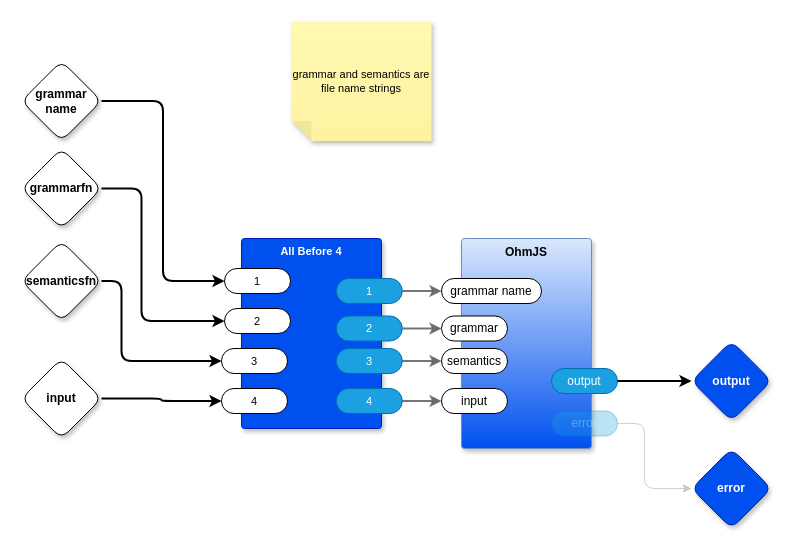
Before: page "Ohm (using file names)" (2 of 7) of odin/std/transpile.drawio in guitarvydas/0D, a draw.io diagram. Source tidied: cells renumbered, new cells numbered last; positions are measured from the earlier drawing's top-left corner, leaving out a move shared by most shapes. Both pictures are drawn from the tidied source at 100%, with x=0, y=0 at pixel (21, 20).
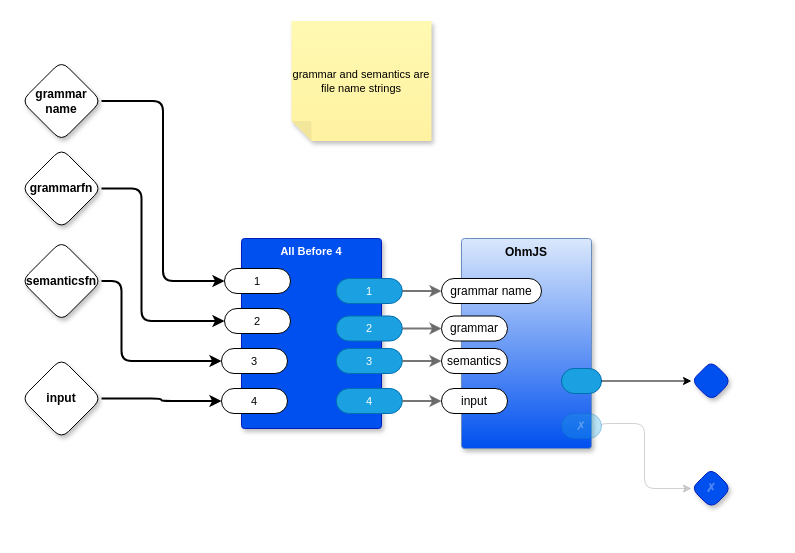
The same page after the edit.

The change refers to these unchanged cells:
```xml
<mxCell id="2" value="OhmJS" style="rounded=1;whiteSpace=wrap;html=1;sketch=0;verticalAlign=top;arcSize=6;fontStyle=1;absoluteArcSize=1;shadow=1;strokeColor=#6c8ebf;fillColor=#dae8fc;gradientColor=#0050EF;" parent="1" vertex="1">
  <mxGeometry x="440" y="218" width="130" height="210" as="geometry" />
</mxCell>
```

Change to the diagram source:
```diff
@@
-    <mxCell id="7" value="output" style="rounded=1;whiteSpace=wrap;html=1;sketch=0;points=[[0,0.5,0,0,0],[1,0.5,0,0,0]];fillColor=#1ba1e2;fontColor=#ffffff;strokeColor=#006EAF;arcSize=50;" parent="2" vertex="1">
-      <mxGeometry x="90" y="130" width="66" height="25" as="geometry" />
+    <mxCell id="7" style="rounded=1;whiteSpace=wrap;html=1;sketch=0;points=[[0,0.5,0,0,0],[1,0.5,0,0,0]];fillColor=#1ba1e2;fontColor=#ffffff;strokeColor=#006EAF;arcSize=50;" parent="2" vertex="1">
+      <mxGeometry x="100" y="130" width="40" height="25" as="geometry" />
     </mxCell>
-    <mxCell id="8" value="error" style="rounded=1;whiteSpace=wrap;html=1;sketch=0;points=[[0,0.5,0,0,0],[1,0.5,0,0,0]];fillColor=#1ba1e2;fontColor=#ffffff;strokeColor=#006EAF;arcSize=50;opacity=30;textOpacity=30;" parent="2" vertex="1">
-      <mxGeometry x="90" y="172.5" width="66" height="25" as="geometry" />
+    <mxCell id="8" value="✗" style="rounded=1;whiteSpace=wrap;html=1;sketch=0;points=[[0,0.5,0,0,0],[1,0.5,0,0,0]];fillColor=#1ba1e2;fontColor=#ffffff;strokeColor=#006EAF;arcSize=50;opacity=30;textOpacity=30;" parent="2" vertex="1">
+      <mxGeometry x="100" y="175" width="40" height="25" as="geometry" />
     </mxCell>
@@
-    <mxCell id="10" value="output" style="rhombus;whiteSpace=wrap;html=1;rounded=1;fillColor=#0050ef;fontColor=#ffffff;strokeColor=#001DBC;fontStyle=1;glass=0;sketch=0;fontSize=12;points=[[0,0.5,0,0,0],[0.5,0,0,0,0],[0.5,1,0,0,0],[1,0.5,0,0,0]];shadow=1;fontFamily=Helvetica;" parent="1" vertex="1">
-      <mxGeometry x="670" y="320.5" width="80" height="80" as="geometry" />
+    <mxCell id="10" style="rhombus;whiteSpace=wrap;html=1;rounded=1;fillColor=#0050ef;fontColor=#ffffff;strokeColor=#001DBC;fontStyle=1;glass=0;sketch=0;fontSize=12;points=[[0,0.5,0,0,0],[0.5,0,0,0,0],[0.5,1,0,0,0],[1,0.5,0,0,0]];shadow=1;fontFamily=Helvetica;" parent="1" vertex="1">
+      <mxGeometry x="670" y="340.5" width="40" height="40" as="geometry" />
     </mxCell>
@@
-    <mxCell id="14" value="error" style="rhombus;whiteSpace=wrap;html=1;rounded=1;fillColor=#0050ef;fontColor=#ffffff;strokeColor=#001DBC;fontStyle=1;glass=0;sketch=0;fontSize=12;points=[[0,0.5,0,0,0],[0.5,0,0,0,0],[0.5,1,0,0,0],[1,0.5,0,0,0]];shadow=1;fontFamily=Helvetica;" parent="1" vertex="1">
-      <mxGeometry x="670" y="428" width="80" height="80" as="geometry" />
+    <mxCell id="14" value="✗" style="rhombus;whiteSpace=wrap;html=1;rounded=1;fillColor=#0050ef;fontColor=#ffffff;strokeColor=#001DBC;fontStyle=1;glass=0;sketch=0;fontSize=12;points=[[0,0.5,0,0,0],[0.5,0,0,0,0],[0.5,1,0,0,0],[1,0.5,0,0,0]];shadow=1;fontFamily=Helvetica;textOpacity=30;" parent="1" vertex="1">
+      <mxGeometry x="670" y="448" width="40" height="40" as="geometry" />
     </mxCell>
@@
-    <mxCell id="30" style="edgeStyle=orthogonalEdgeStyle;shape=connector;rounded=1;jettySize=auto;html=1;exitX=1;exitY=0.5;exitDx=0;exitDy=0;exitPerimeter=0;entryX=0;entryY=0.5;entryDx=0;entryDy=0;entryPerimeter=0;labelBackgroundColor=default;strokeColor=default;strokeWidth=2;align=center;verticalAlign=middle;fontFamily=Helvetica;fontSize=11;fontColor=default;endArrow=classic;" parent="1" edge="1" source="7" target="10">
-      <mxGeometry relative="1" as="geometry" />
-    </mxCell>
@@
+    <mxCell id="30" style="edgeStyle=orthogonalEdgeStyle;rounded=1;jettySize=auto;html=1;exitX=1;exitY=0.5;exitDx=0;exitDy=0;exitPerimeter=0;entryX=0;entryY=0.5;entryDx=0;entryDy=0;entryPerimeter=0;curved=0;" parent="1" edge="1" source="7" target="10">
+      <mxGeometry relative="1" as="geometry" />
+    </mxCell>
```
